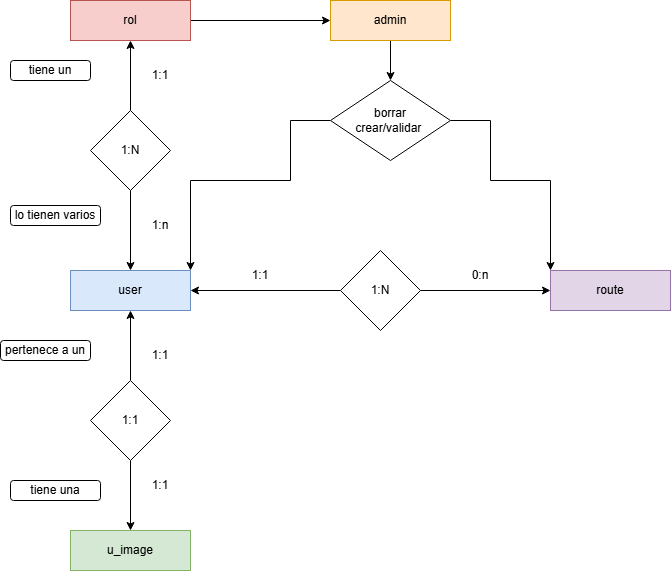
This is img/diagrams/routes-aed_entity-relations-diagram.drawio.png from PeterMartEsc/rutas-aed, a draw.io export, as it was before one commit. Source tidied: cells renumbered, new cells last; positions are measured from the earlier drawing's top-left corner, leaving out a move shared by most shapes.
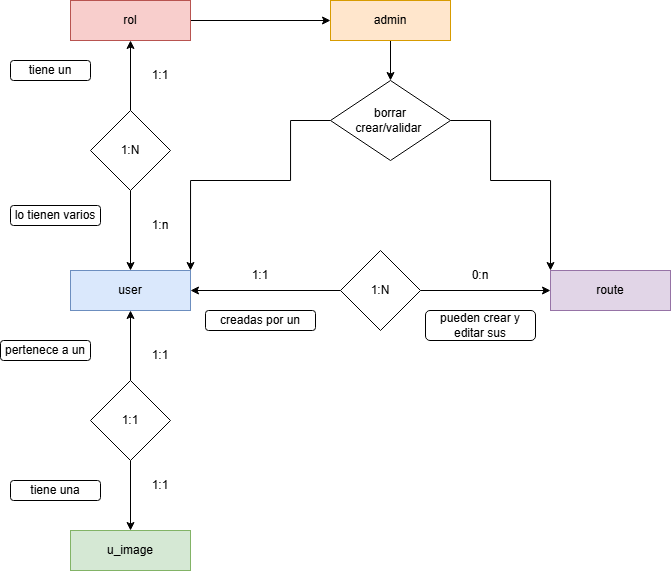
After the change.

What changed in the source:
```diff
@@ -100,5 +100,11 @@
     <mxCell id="30" value="&lt;div&gt;borrar&lt;/div&gt;crear/validar&amp;nbsp;" style="rhombus;whiteSpace=wrap;html=1;" parent="1" vertex="1">
       <mxGeometry x="330" y="80" width="120" height="80" as="geometry" />
     </mxCell>
+    <mxCell id="31" value="pueden crear y editar sus" style="rounded=1;whiteSpace=wrap;html=1;" parent="1" vertex="1">
+      <mxGeometry x="425" y="310" width="110" height="30" as="geometry" />
+    </mxCell>
+    <mxCell id="32" value="creadas por un" style="rounded=1;whiteSpace=wrap;html=1;" parent="1" vertex="1">
+      <mxGeometry x="205" y="310" width="110" height="20" as="geometry" />
+    </mxCell>
   </root>
 </mxGraphModel>
```
